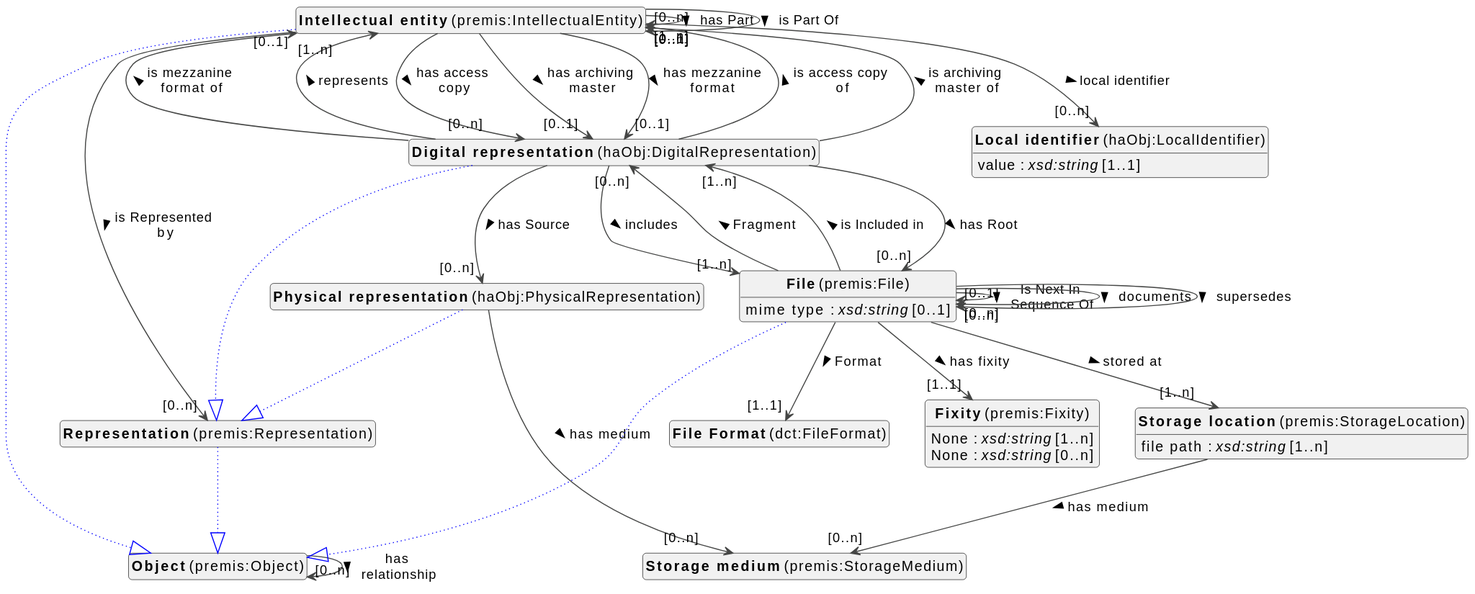
viaacode/documentation-jekyll keeps this PlantUML diagram as docs/metadata/modellen/object-diagram.svg. Above is the earlier version.
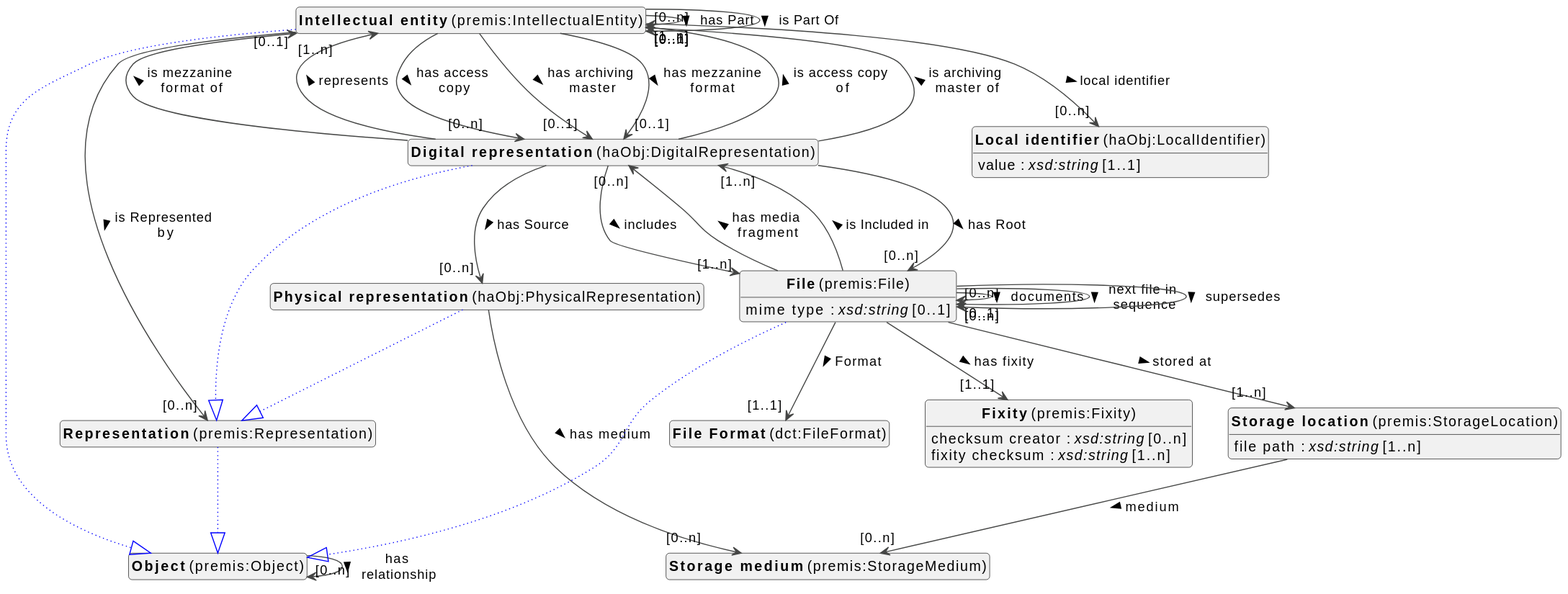
Above is the later version.

Diff of the diagram source:
```diff
@@ -73,33 +73,33 @@
 
 premis_File --> "[1..1]" dct_FileFormat : Format >
 
-premis_File --> "[0..n]" haObj_DigitalRepresentation : Fragment >
-
-premis_File --> "[0..1]" premis_File : Is Next In Sequence Of >
-
 premis_File --> "[0..n]" premis_File : documents >
 
 premis_File --> "[1..1]" premis_Fixity : has fixity >
 
+premis_File --> "[0..n]" haObj_DigitalRepresentation : has media fragment >
+
 premis_File --> "[1..n]" haObj_DigitalRepresentation : is Included in >
 premis_File : mime type : <i>xsd:string</i> [0..1]
 
+
+premis_File --> "[0..1]" premis_File : next file in sequence >
 
 premis_File --> "[1..n]" premis_StorageLocation : stored at >
 
 premis_File --> "[0..n]" premis_File : supersedes >
 
 
-premis_Fixity : None : <i>xsd:string</i> [1..n]
+premis_Fixity : checksum creator : <i>xsd:string</i> [0..n]
 
-premis_Fixity : None : <i>xsd:string</i> [0..n]
+premis_Fixity : fixity checksum : <i>xsd:string</i> [1..n]
 
 
 
 premis_StorageLocation : file path : <i>xsd:string</i> [1..n]
 
 
-premis_StorageLocation --> "[0..n]" premis_StorageMedium : has medium >
+premis_StorageLocation --> "[0..n]" premis_StorageMedium : medium >
 
 
 haObj_LocalIdentifier : value : <i>xsd:string</i> [1..1]
```
